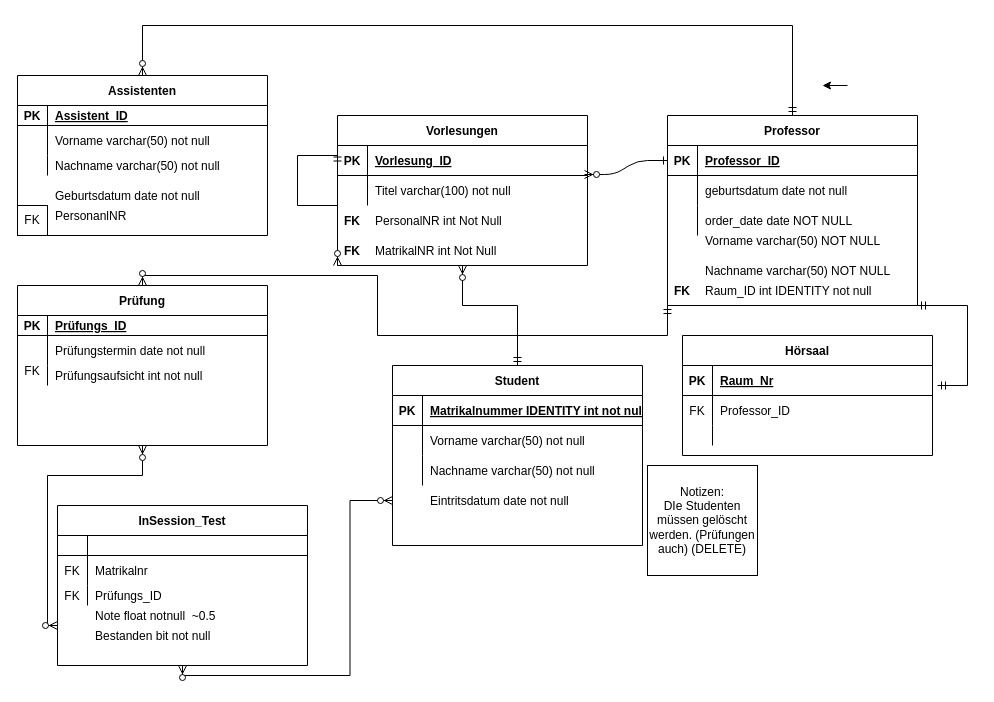
This is sql/Unbenanntes Diagramm.drawio from Akicuo/Projektarbeit-SQL, a draw.io file, before an edit. Source tidied: cells renumbered, new cells numbered last; positions are measured from the earlier drawing's top-left corner, leaving out a move shared by most shapes. Both pictures are drawn from the tidied source at 100%, with x=0, y=0 at pixel (17, 25).
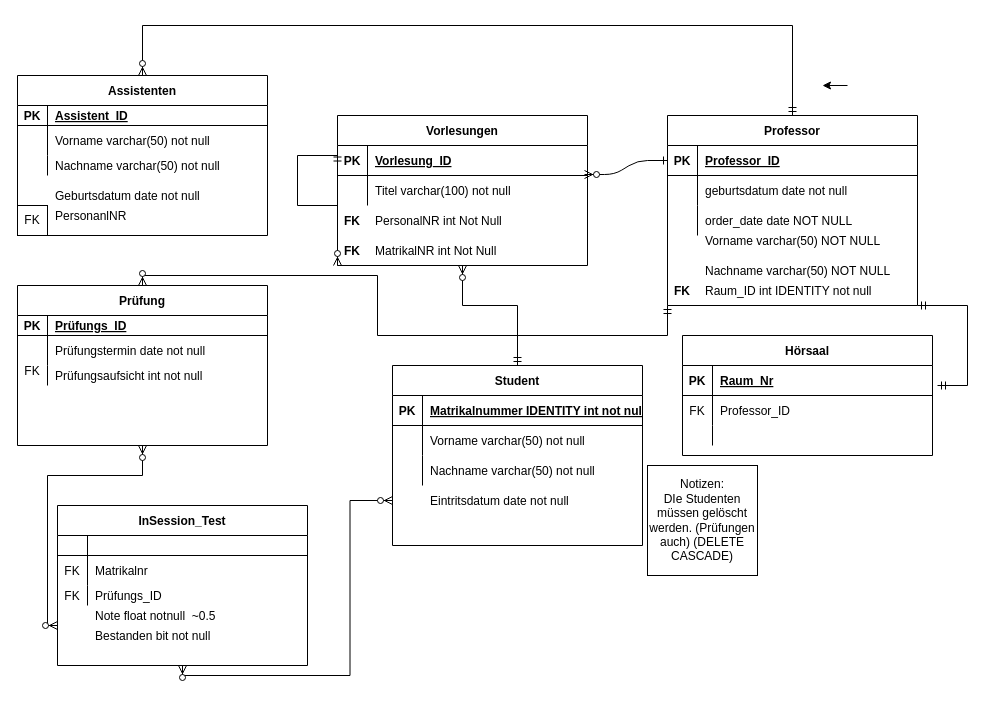
The same page after the edit.

Change to the diagram source:
```diff
@@
-    <mxCell id="90" value="Notizen:&lt;div&gt;DIe Studenten müssen gelöscht werden. (Prüfungen auch) (DELETE)&lt;/div&gt;" style="whiteSpace=wrap;html=1;" parent="1" vertex="1">
+    <mxCell id="90" value="Notizen:&lt;div&gt;DIe Studenten müssen gelöscht werden. (Prüfungen auch) (DELETE CASCADE)&lt;/div&gt;" style="whiteSpace=wrap;html=1;" parent="1" vertex="1">
       <mxGeometry x="630" y="440" width="110" height="110" as="geometry" />
     </mxCell>
```
